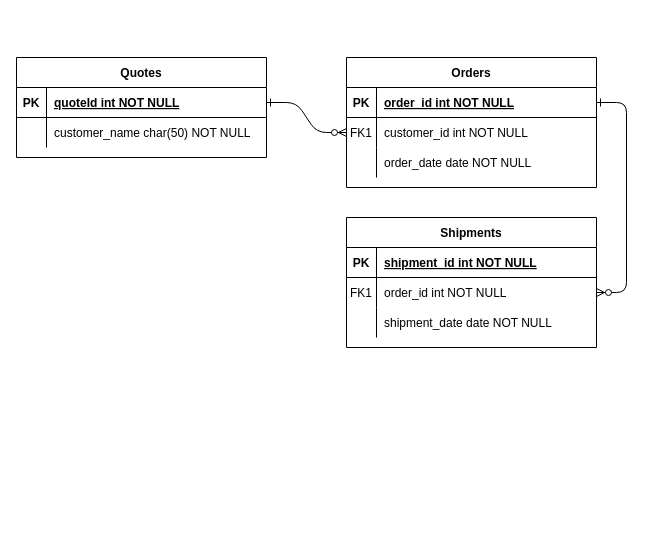
This is CRM-ordermanagement.drawio from airbaggrenade/WGU-D284, a draw.io file, before an edit. Source tidied: cells renumbered, new cells numbered last; positions are measured from the earlier drawing's top-left corner, leaving out a move shared by most shapes. Both pictures are drawn from the tidied source at 100%, with x=0, y=0 at pixel (16, 57).
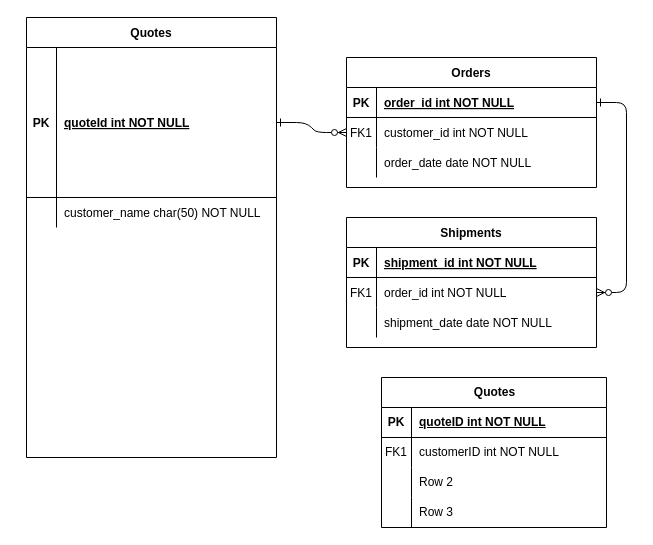
After the change.

Change to the diagram source:
```diff
@@
     <mxCell id="24" value="Quotes" style="shape=table;startSize=30;childLayout=tableLayout;rowLines=0;fontStyle=1;align=center;" parent="1" vertex="1">
-      <mxGeometry width="250" height="100" as="geometry" />
+      <mxGeometry x="10" y="-40" width="250" height="440" as="geometry" />
     </mxCell>
     <mxCell id="25" style="shape=partialRectangle;fillColor=none;points=[[0,0.5],[1,0.5]];portConstraint=eastwest;top=0;left=0;right=0;bottom=1;" parent="24" vertex="1">
-      <mxGeometry y="30" width="250" height="30" as="geometry" />
+      <mxGeometry y="30" width="250" height="150" as="geometry" />
     </mxCell>
     <mxCell id="26" value="PK" style="shape=partialRectangle;overflow=hidden;fillColor=none;top=0;left=0;bottom=0;right=0;fontStyle=1;" parent="25" vertex="1">
-      <mxGeometry width="30" height="30" as="geometry" />
+      <mxGeometry width="30" height="150" as="geometry" />
     </mxCell>
     <mxCell id="27" value="quoteId int NOT NULL" style="shape=partialRectangle;overflow=hidden;fillColor=none;top=0;left=0;bottom=0;right=0;align=left;spacingLeft=6;fontStyle=5;" parent="25" vertex="1">
-      <mxGeometry x="30" width="220" height="30" as="geometry" />
+      <mxGeometry x="30" width="220" height="150" as="geometry" />
     </mxCell>
     <mxCell id="28" style="shape=partialRectangle;fillColor=none;top=0;left=0;right=0;bottom=0;" parent="24" vertex="1">
-      <mxGeometry y="60" width="250" height="30" as="geometry" />
+      <mxGeometry y="180" width="250" height="30" as="geometry" />
     </mxCell>
@@
+    <mxCell id="31" value="Quotes" style="shape=table;startSize=30;childLayout=tableLayout;rowLines=0;fontStyle=1;align=center;html=1;" parent="1" vertex="1">
+      <mxGeometry x="365" y="320" width="225" height="150" as="geometry" />
+    </mxCell>
+    <mxCell id="32" style="shape=tableRow;horizontal=0;startSize=0;swimlaneHead=0;swimlaneBody=0;fillColor=none;top=0;left=0;right=0;bottom=1;" parent="31" vertex="1">
+      <mxGeometry y="30" width="225" height="30" as="geometry" />
+    </mxCell>
+    <mxCell id="33" value="PK" style="shape=partialRectangle;fillColor=none;top=0;left=0;bottom=0;right=0;fontStyle=1;overflow=hidden;whiteSpace=wrap;html=1;" parent="32" vertex="1">
+      <mxGeometry width="30" height="30" as="geometry" />
+    </mxCell>
+    <mxCell id="34" value="quoteID int NOT NULL" style="shape=partialRectangle;fillColor=none;top=0;left=0;bottom=0;right=0;align=left;spacingLeft=6;fontStyle=5;overflow=hidden;whiteSpace=wrap;html=1;" parent="32" vertex="1">
+      <mxGeometry x="30" width="195" height="30" as="geometry" />
+    </mxCell>
+    <mxCell id="35" style="shape=tableRow;horizontal=0;startSize=0;swimlaneHead=0;swimlaneBody=0;fillColor=none;top=0;left=0;right=0;bottom=0;" parent="31" vertex="1">
+      <mxGeometry y="60" width="225" height="30" as="geometry" />
+    </mxCell>
+    <mxCell id="36" value="FK1" style="shape=partialRectangle;fillColor=none;top=0;left=0;bottom=0;right=0;overflow=hidden;whiteSpace=wrap;html=1;" parent="35" vertex="1">
+      <mxGeometry width="30" height="30" as="geometry" />
+    </mxCell>
+    <mxCell id="37" value="customerID int NOT NULL" style="shape=partialRectangle;fillColor=none;top=0;left=0;bottom=0;right=0;align=left;spacingLeft=6;overflow=hidden;whiteSpace=wrap;html=1;" parent="35" vertex="1">
+      <mxGeometry x="30" width="195" height="30" as="geometry" />
+    </mxCell>
+    <mxCell id="38" style="shape=tableRow;horizontal=0;startSize=0;swimlaneHead=0;swimlaneBody=0;fillColor=none;top=0;left=0;right=0;bottom=0;" parent="31" vertex="1">
+      <mxGeometry y="90" width="225" height="30" as="geometry" />
+    </mxCell>
+    <mxCell id="39" style="shape=partialRectangle;fillColor=none;top=0;left=0;bottom=0;right=0;overflow=hidden;whiteSpace=wrap;html=1;" parent="38" vertex="1">
+      <mxGeometry width="30" height="30" as="geometry" />
+    </mxCell>
+    <mxCell id="40" value="Row 2" style="shape=partialRectangle;fillColor=none;top=0;left=0;bottom=0;right=0;align=left;spacingLeft=6;overflow=hidden;whiteSpace=wrap;html=1;" parent="38" vertex="1">
+      <mxGeometry x="30" width="195" height="30" as="geometry" />
+    </mxCell>
+    <mxCell id="41" style="shape=tableRow;horizontal=0;startSize=0;swimlaneHead=0;swimlaneBody=0;fillColor=none;top=0;left=0;right=0;bottom=0;" parent="31" vertex="1">
+      <mxGeometry y="120" width="225" height="30" as="geometry" />
+    </mxCell>
+    <mxCell id="42" style="shape=partialRectangle;fillColor=none;top=0;left=0;bottom=0;right=0;overflow=hidden;whiteSpace=wrap;html=1;" parent="41" vertex="1">
+      <mxGeometry width="30" height="30" as="geometry" />
+    </mxCell>
+    <mxCell id="43" value="Row 3" style="shape=partialRectangle;fillColor=none;top=0;left=0;bottom=0;right=0;align=left;spacingLeft=6;overflow=hidden;whiteSpace=wrap;html=1;" parent="41" vertex="1">
+      <mxGeometry x="30" width="195" height="30" as="geometry" />
+    </mxCell>
```
